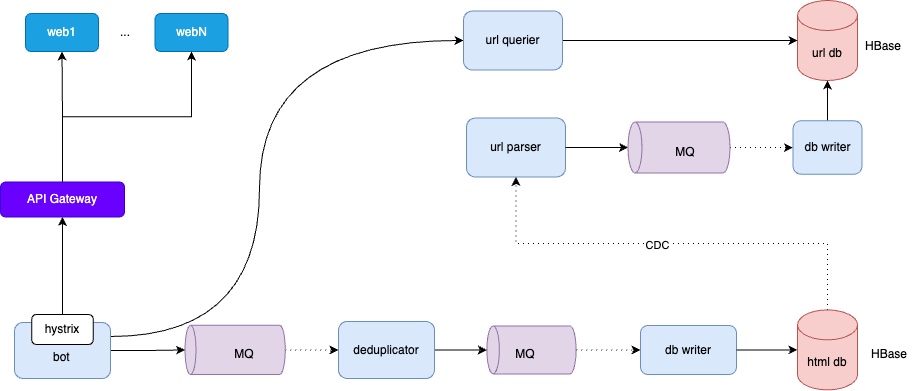
Above: pictures/bot/final.drawio.png in alikWu/system-design (draw.io), before the change. Source tidied: cells renumbered, new cells last; positions are measured from the earlier drawing's top-left corner, leaving out a move shared by most shapes.
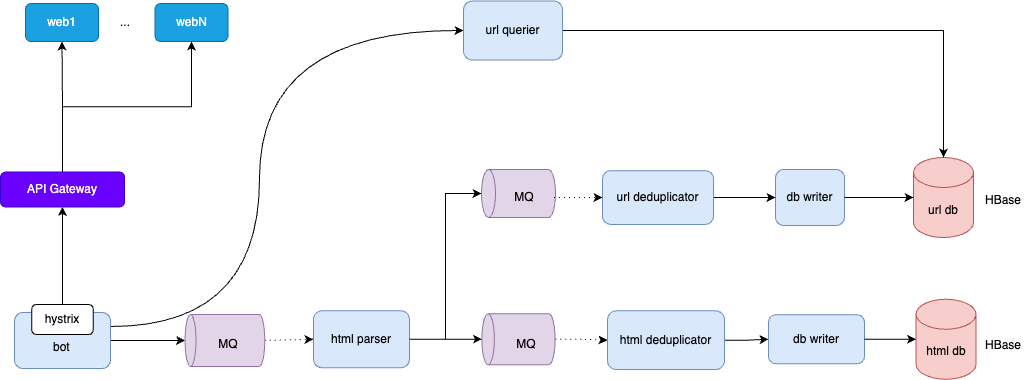
After the change.

What changed in the source:
```diff
@@ -19,29 +19,20 @@
     <mxCell id="5" style="rounded=1;whiteSpace=wrap;html=1;fillColor=#dae8fc;strokeColor=#6c8ebf;" parent="1" vertex="1">
       <mxGeometry x="14" y="322" width="96" height="56" as="geometry" />
     </mxCell>
-    <mxCell id="6" style="edgeStyle=orthogonalEdgeStyle;rounded=0;jettySize=auto;html=1;exitX=1;exitY=0.5;exitDx=0;exitDy=0;" parent="1" edge="1" source="7" target="20">
-      <mxGeometry relative="1" as="geometry" />
-    </mxCell>
-    <mxCell id="7" value="deduplicator" style="rounded=1;whiteSpace=wrap;html=1;fillColor=#dae8fc;strokeColor=#6c8ebf;" parent="1" vertex="1">
-      <mxGeometry x="338" y="321" width="96" height="57" as="geometry" />
+    <mxCell id="7" value="html parser" style="rounded=1;whiteSpace=wrap;html=1;fillColor=#dae8fc;strokeColor=#6c8ebf;" parent="1" vertex="1">
+      <mxGeometry x="313" y="320.2" width="96" height="57" as="geometry" />
     </mxCell>
-    <mxCell id="8" style="edgeStyle=orthogonalEdgeStyle;rounded=0;jettySize=auto;html=1;exitX=0.5;exitY=1;exitDx=0;exitDy=0;exitPerimeter=0;entryX=0;entryY=0.5;entryDx=0;entryDy=0;dashed=1;dashPattern=1 4;" parent="1" edge="1" source="9" target="7">
+    <mxCell id="8" style="rounded=0;jettySize=auto;html=1;exitX=0.5;exitY=1;exitDx=0;exitDy=0;exitPerimeter=0;entryX=0;entryY=0.5;entryDx=0;entryDy=0;dashed=1;dashPattern=1 4;" parent="1" edge="1" source="9" target="7">
       <mxGeometry relative="1" as="geometry" />
     </mxCell>
     <mxCell id="9" style="shape=cylinder3;whiteSpace=wrap;html=1;boundedLbl=1;backgroundOutline=1;size=5.5;rotation=-90;fillColor=#e1d5e7;strokeColor=#9673a6;" parent="1" vertex="1">
-      <mxGeometry x="210" y="299.2" width="49.2" height="100.2" as="geometry" />
+      <mxGeometry x="198.4" y="310.1" width="52" height="79.8" as="geometry" />
     </mxCell>
-    <mxCell id="10" style="edgeStyle=orthogonalEdgeStyle;rounded=0;jettySize=auto;html=1;exitX=0.5;exitY=0;exitDx=0;exitDy=0;exitPerimeter=0;entryX=0.5;entryY=1;entryDx=0;entryDy=0;dashed=1;dashPattern=1 4;" parent="1" edge="1" source="12" target="25">
-      <mxGeometry relative="1" as="geometry" />
-    </mxCell>
-    <mxCell id="11" value="CDC" style="edgeLabel;html=1;align=center;verticalAlign=middle;" parent="10" vertex="1">
-      <mxGeometry x="0.07" y="1" relative="1" as="geometry" />
-    </mxCell>
     <mxCell id="12" value="html db" style="shape=cylinder3;whiteSpace=wrap;html=1;boundedLbl=1;backgroundOutline=1;size=15;fillColor=#f8cecc;strokeColor=#b85450;" parent="1" vertex="1">
-      <mxGeometry x="797" y="309.4" width="60" height="80" as="geometry" />
+      <mxGeometry x="915.5" y="308.8" width="60" height="80" as="geometry" />
     </mxCell>
     <mxCell id="13" value="MQ" style="text;html=1;align=center;verticalAlign=middle;whiteSpace=wrap;rounded=0;" parent="1" vertex="1">
-      <mxGeometry x="214" y="339" width="60" height="30" as="geometry" />
+      <mxGeometry x="198.4" y="339" width="60" height="30" as="geometry" />
     </mxCell>
     <mxCell id="14" value="web1" style="rounded=1;whiteSpace=wrap;html=1;fillColor=#1ba1e2;fontColor=#ffffff;strokeColor=#006EAF;" parent="1" vertex="1">
       <mxGeometry x="25" y="13" width="73" height="38" as="geometry" />
@@ -53,19 +44,19 @@
       <mxGeometry x="94.5" y="17" width="60" height="30" as="geometry" />
     </mxCell>
     <mxCell id="17" value="db writer" style="rounded=1;whiteSpace=wrap;html=1;fillColor=#dae8fc;strokeColor=#6c8ebf;" parent="1" vertex="1">
-      <mxGeometry x="640" y="325" width="96" height="49" as="geometry" />
+      <mxGeometry x="768" y="324.2" width="96" height="49" as="geometry" />
     </mxCell>
     <mxCell id="18" style="edgeStyle=orthogonalEdgeStyle;rounded=0;jettySize=auto;html=1;exitX=1;exitY=0.5;exitDx=0;exitDy=0;entryX=0;entryY=0.5;entryDx=0;entryDy=0;entryPerimeter=0;" parent="1" edge="1" source="17" target="12">
       <mxGeometry relative="1" as="geometry" />
     </mxCell>
-    <mxCell id="19" style="edgeStyle=orthogonalEdgeStyle;rounded=0;jettySize=auto;html=1;exitX=0.5;exitY=1;exitDx=0;exitDy=0;exitPerimeter=0;entryX=0;entryY=0.5;entryDx=0;entryDy=0;dashed=1;dashPattern=1 4;" parent="1" edge="1" source="20" target="17">
-      <mxGeometry relative="1" as="geometry" />
-    </mxCell>
+    <mxCell id="39" style="edgeStyle=orthogonalEdgeStyle;rounded=0;jettySize=auto;html=1;exitX=0.5;exitY=1;exitDx=0;exitDy=0;exitPerimeter=0;entryX=0;entryY=0.5;entryDx=0;entryDy=0;dashed=1;dashPattern=1 4;" parent="1" edge="1" source="20" target="42">
+      <mxGeometry relative="1" as="geometry" />
+    </mxCell>
     <mxCell id="20" style="shape=cylinder3;whiteSpace=wrap;html=1;boundedLbl=1;backgroundOutline=1;size=6.25;rotation=-90;fillColor=#e1d5e7;strokeColor=#9673a6;" parent="1" vertex="1">
-      <mxGeometry x="507" y="304.8" width="48" height="89.2" as="geometry" />
+      <mxGeometry x="492.5" y="312.1" width="51" height="73.2" as="geometry" />
     </mxCell>
     <mxCell id="21" value="MQ" style="text;html=1;align=center;verticalAlign=middle;whiteSpace=wrap;rounded=0;" parent="1" vertex="1">
-      <mxGeometry x="495" y="339" width="60" height="30" as="geometry" />
+      <mxGeometry x="496" y="339" width="60" height="30" as="geometry" />
     </mxCell>
     <mxCell id="22" style="edgeStyle=orthogonalEdgeStyle;rounded=0;jettySize=auto;html=1;exitX=0.5;exitY=0;exitDx=0;exitDy=0;entryX=0.5;entryY=1;entryDx=0;entryDy=0;" parent="1" edge="1" source="24" target="14">
       <mxGeometry relative="1" as="geometry" />
@@ -76,11 +67,8 @@
     <mxCell id="24" value="API Gateway" style="rounded=1;whiteSpace=wrap;html=1;fillColor=#6a00ff;fontColor=#ffffff;strokeColor=#3700CC;" parent="1" vertex="1">
       <mxGeometry y="181.5" width="124" height="35" as="geometry" />
     </mxCell>
-    <mxCell id="25" value="url parser" style="rounded=1;whiteSpace=wrap;html=1;fillColor=#dae8fc;strokeColor=#6c8ebf;" parent="1" vertex="1">
-      <mxGeometry x="466" y="117.5" width="99" height="59" as="geometry" />
-    </mxCell>
     <mxCell id="26" value="url db" style="shape=cylinder3;whiteSpace=wrap;html=1;boundedLbl=1;backgroundOutline=1;size=15;fillColor=#f8cecc;strokeColor=#b85450;" parent="1" vertex="1">
-      <mxGeometry x="797" width="60" height="80" as="geometry" />
+      <mxGeometry x="913" y="167" width="60" height="80" as="geometry" />
     </mxCell>
     <mxCell id="27" style="edgeStyle=orthogonalEdgeStyle;rounded=0;jettySize=auto;html=1;exitX=1;exitY=0.5;exitDx=0;exitDy=0;" parent="1" edge="1" source="28" target="26">
       <mxGeometry relative="1" as="geometry" />
@@ -89,34 +77,49 @@
       <mxGeometry x="463" y="10.5" width="99" height="59" as="geometry" />
     </mxCell>
     <mxCell id="29" value="HBase" style="text;html=1;align=center;verticalAlign=middle;whiteSpace=wrap;rounded=0;" parent="1" vertex="1">
-      <mxGeometry x="853" y="31" width="60" height="30" as="geometry" />
+      <mxGeometry x="973" y="195" width="60" height="30" as="geometry" />
     </mxCell>
-    <mxCell id="30" style="edgeStyle=orthogonalEdgeStyle;rounded=0;jettySize=auto;html=1;exitX=0.5;exitY=1;exitDx=0;exitDy=0;exitPerimeter=0;dashed=1;dashPattern=1 4;" parent="1" edge="1" source="31" target="34">
-      <mxGeometry relative="1" as="geometry" />
-    </mxCell>
     <mxCell id="31" style="shape=cylinder3;whiteSpace=wrap;html=1;boundedLbl=1;backgroundOutline=1;size=7;rotation=-90;fillColor=#e1d5e7;strokeColor=#9673a6;" parent="1" vertex="1">
-      <mxGeometry x="653" y="96" width="51" height="102" as="geometry" />
+      <mxGeometry x="494" y="166" width="48" height="74" as="geometry" />
     </mxCell>
+    <mxCell id="40" style="edgeStyle=orthogonalEdgeStyle;rounded=0;jettySize=auto;html=1;exitX=1;exitY=0.5;exitDx=0;exitDy=0;entryX=0;entryY=0.5;entryDx=0;entryDy=0;dashed=1;dashPattern=1 4;" parent="1" edge="1" source="32" target="45">
+      <mxGeometry relative="1" as="geometry" />
+    </mxCell>
     <mxCell id="32" value="MQ" style="text;html=1;align=center;verticalAlign=middle;whiteSpace=wrap;rounded=0;" parent="1" vertex="1">
-      <mxGeometry x="655" y="137" width="60" height="30" as="geometry" />
+      <mxGeometry x="493.5" y="192" width="60" height="30" as="geometry" />
     </mxCell>
-    <mxCell id="33" style="edgeStyle=orthogonalEdgeStyle;rounded=0;jettySize=auto;html=1;exitX=0.5;exitY=0;exitDx=0;exitDy=0;" parent="1" edge="1" source="34" target="26">
-      <mxGeometry relative="1" as="geometry" />
-    </mxCell>
     <mxCell id="34" value="db writer" style="rounded=1;whiteSpace=wrap;html=1;fillColor=#dae8fc;strokeColor=#6c8ebf;" parent="1" vertex="1">
-      <mxGeometry x="792.5" y="120.2" width="69" height="53.5" as="geometry" />
+      <mxGeometry x="775" y="179" width="69" height="56" as="geometry" />
     </mxCell>
     <mxCell id="35" value="HBase" style="text;html=1;align=center;verticalAlign=middle;whiteSpace=wrap;rounded=0;" parent="1" vertex="1">
-      <mxGeometry x="859" y="339" width="60" height="30" as="geometry" />
+      <mxGeometry x="973" y="339.6" width="60" height="30" as="geometry" />
     </mxCell>
-    <mxCell id="36" style="edgeStyle=orthogonalEdgeStyle;rounded=0;jettySize=auto;html=1;exitX=1;exitY=0.5;exitDx=0;exitDy=0;entryX=0.5;entryY=0;entryDx=0;entryDy=0;entryPerimeter=0;" parent="1" edge="1" source="25" target="31">
-      <mxGeometry relative="1" as="geometry" />
-    </mxCell>
     <mxCell id="37" value="hystrix" style="rounded=1;whiteSpace=wrap;html=1;" parent="1" vertex="1">
       <mxGeometry x="31.2" y="314" width="61.5" height="30" as="geometry" />
     </mxCell>
     <mxCell id="38" value="bot&amp;nbsp;" style="text;html=1;align=center;verticalAlign=middle;whiteSpace=wrap;rounded=0;" parent="1" vertex="1">
       <mxGeometry x="32.8" y="342" width="60" height="30" as="geometry" />
     </mxCell>
+    <mxCell id="41" style="edgeStyle=orthogonalEdgeStyle;rounded=0;jettySize=auto;html=1;exitX=1;exitY=0.5;exitDx=0;exitDy=0;entryX=0;entryY=0.5;entryDx=0;entryDy=0;" parent="1" edge="1" source="42" target="17">
+      <mxGeometry relative="1" as="geometry" />
+    </mxCell>
+    <mxCell id="42" value="html deduplicator" style="rounded=1;whiteSpace=wrap;html=1;fillColor=#dae8fc;strokeColor=#6c8ebf;" parent="1" vertex="1">
+      <mxGeometry x="607" y="320.4" width="117" height="58.6" as="geometry" />
+    </mxCell>
+    <mxCell id="6" style="edgeStyle=orthogonalEdgeStyle;rounded=0;jettySize=auto;html=1;exitX=1;exitY=0.5;exitDx=0;exitDy=0;entryX=0.5;entryY=0;entryDx=0;entryDy=0;entryPerimeter=0;" parent="1" edge="1" source="7" target="20">
+      <mxGeometry relative="1" as="geometry" />
+    </mxCell>
+    <mxCell id="43" style="edgeStyle=orthogonalEdgeStyle;rounded=0;jettySize=auto;html=1;exitX=1;exitY=0.5;exitDx=0;exitDy=0;entryX=0.5;entryY=0;entryDx=0;entryDy=0;entryPerimeter=0;" parent="1" edge="1" source="7" target="31">
+      <mxGeometry relative="1" as="geometry" />
+    </mxCell>
+    <mxCell id="44" style="edgeStyle=orthogonalEdgeStyle;rounded=0;jettySize=auto;html=1;exitX=1;exitY=0.5;exitDx=0;exitDy=0;" parent="1" edge="1" source="45" target="34">
+      <mxGeometry relative="1" as="geometry" />
+    </mxCell>
+    <mxCell id="45" value="url deduplicator" style="rounded=1;whiteSpace=wrap;html=1;fillColor=#dae8fc;strokeColor=#6c8ebf;" parent="1" vertex="1">
+      <mxGeometry x="602" y="180.1" width="111" height="53.8" as="geometry" />
+    </mxCell>
+    <mxCell id="33" style="edgeStyle=orthogonalEdgeStyle;rounded=0;jettySize=auto;html=1;exitX=1;exitY=0.5;exitDx=0;exitDy=0;entryX=0;entryY=0.5;entryDx=0;entryDy=0;entryPerimeter=0;" parent="1" edge="1" source="34" target="26">
+      <mxGeometry relative="1" as="geometry" />
+    </mxCell>
   </root>
 </mxGraphModel>
```
